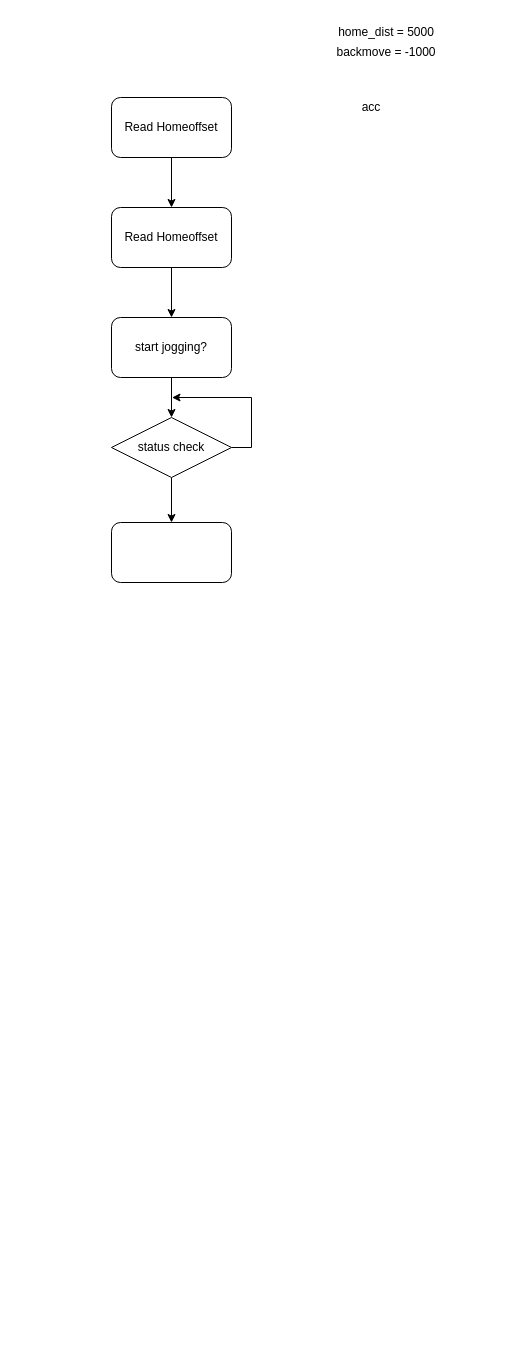
hankgong/draw.io keeps this draw.io diagram as Untitled Diagram.drawio. Above is the earlier version. Source tidied: cells renumbered, new cells numbered last; positions are measured from the earlier drawing's top-left corner, leaving out a move shared by most shapes. Both pictures are drawn from the tidied source at 100%, with x=0, y=0 at pixel (111, 17).
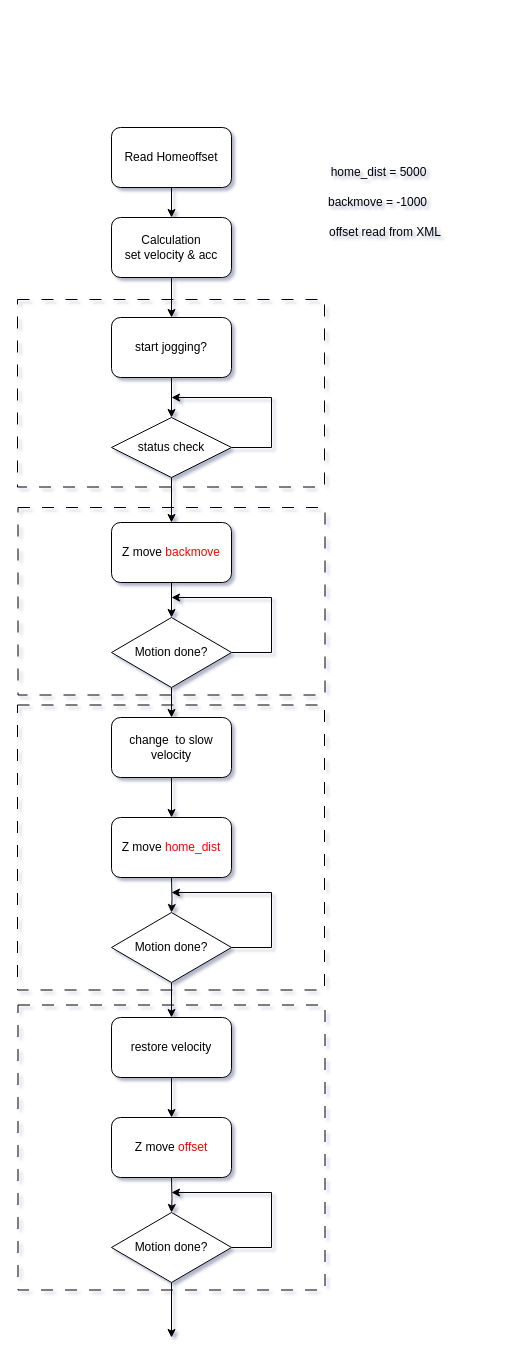
Above is the later version.

The change refers to these unchanged cells:
```xml
<mxCell id="14" value="status check" style="rhombus;whiteSpace=wrap;html=1;" parent="1" vertex="1">
  <mxGeometry y="400" width="120" height="60" as="geometry" />
</mxCell>
```

What changed in the source:
```diff
@@
-<mxGraphModel>
+<mxGraphModel shadow="1">
@@
+    <mxCell id="16" style="rounded=0;whiteSpace=wrap;html=1;fillColor=none;dashed=1;dashPattern=12 12;" parent="1" vertex="1">
+      <mxGeometry x="-94" y="282" width="307" height="187.5" as="geometry" />
+    </mxCell>
+    <mxCell id="17" style="rounded=0;whiteSpace=wrap;html=1;fillColor=none;dashed=1;dashPattern=12 12;" parent="1" vertex="1">
+      <mxGeometry x="-93.5" y="490" width="307" height="187.5" as="geometry" />
+    </mxCell>
+    <mxCell id="18" style="rounded=0;whiteSpace=wrap;html=1;fillColor=none;dashed=1;dashPattern=12 12;" parent="1" vertex="1">
+      <mxGeometry x="-93.5" y="987.5" width="307" height="285" as="geometry" />
+    </mxCell>
+    <mxCell id="19" style="rounded=0;whiteSpace=wrap;html=1;fillColor=none;dashed=1;dashPattern=12 12;" parent="1" vertex="1">
+      <mxGeometry x="-94" y="687.5" width="307" height="285" as="geometry" />
+    </mxCell>
@@
     <mxCell id="3" value="Read Homeoffset" style="rounded=1;whiteSpace=wrap;html=1;" parent="1" vertex="1">
-      <mxGeometry y="80" width="120" height="60" as="geometry" />
+      <mxGeometry y="110" width="120" height="60" as="geometry" />
     </mxCell>
@@
-    <mxCell id="5" value="Read Homeoffset" style="rounded=1;whiteSpace=wrap;html=1;" parent="1" vertex="1">
-      <mxGeometry y="190" width="120" height="60" as="geometry" />
+    <mxCell id="5" value="Calculation&lt;div&gt;set velocity &amp;amp; acc&lt;/div&gt;" style="rounded=1;whiteSpace=wrap;html=1;" parent="1" vertex="1">
+      <mxGeometry y="200" width="120" height="60" as="geometry" />
     </mxCell>
     <mxCell id="6" value="home_dist = 5000" style="text;html=1;align=center;verticalAlign=middle;whiteSpace=wrap;rounded=0;" parent="1" vertex="1">
-      <mxGeometry x="160" width="230" height="30" as="geometry" />
+      <mxGeometry x="213.5" y="140" width="106.5" height="30" as="geometry" />
     </mxCell>
     <mxCell id="7" value="backmove = -1000" style="text;html=1;align=center;verticalAlign=middle;whiteSpace=wrap;rounded=0;" parent="1" vertex="1">
-      <mxGeometry x="160" y="20" width="230" height="30" as="geometry" />
+      <mxGeometry x="213" y="170" width="106.5" height="30" as="geometry" />
     </mxCell>
-    <mxCell id="8" style="edgeStyle=orthogonalEdgeStyle;rounded=0;orthogonalLoop=1;jettySize=auto;html=1;exitX=0.5;exitY=1;exitDx=0;exitDy=0;" parent="1" edge="1" source="7" target="7">
-      <mxGeometry relative="1" as="geometry" />
-    </mxCell>
-    <mxCell id="9" value="acc" style="text;html=1;align=center;verticalAlign=middle;whiteSpace=wrap;rounded=0;" parent="1" vertex="1">
-      <mxGeometry x="230" y="75" width="60" height="30" as="geometry" />
+    <mxCell id="9" value="offset read from XML" style="text;html=1;align=center;verticalAlign=middle;whiteSpace=wrap;rounded=0;" parent="1" vertex="1">
+      <mxGeometry x="213.5" y="200" width="120" height="30" as="geometry" />
     </mxCell>
@@
     <mxCell id="12" style="edgeStyle=orthogonalEdgeStyle;rounded=0;jettySize=auto;html=1;exitX=1;exitY=0.5;exitDx=0;exitDy=0;" parent="1" edge="1" source="14">
       <mxGeometry relative="1" as="geometry">
         <mxPoint x="60" y="380" as="targetPoint" />
+        <Array as="points">
+          <mxPoint x="160" y="430" />
+          <mxPoint x="160" y="380" />
+        </Array>
       </mxGeometry>
     </mxCell>
@@
+    <mxCell id="20" style="edgeStyle=orthogonalEdgeStyle;rounded=0;jettySize=auto;html=1;" parent="1" edge="1" source="15" target="22">
+      <mxGeometry relative="1" as="geometry" />
+    </mxCell>
-    <mxCell id="15" style="rounded=1;whiteSpace=wrap;html=1;" parent="1" vertex="1">
+    <mxCell id="15" value="Z move &lt;font color=&quot;#ff0000&quot;&gt;backmove&lt;/font&gt;" style="rounded=1;whiteSpace=wrap;html=1;" parent="1" vertex="1">
       <mxGeometry y="505" width="120" height="60" as="geometry" />
     </mxCell>
+    <mxCell id="21" style="edgeStyle=orthogonalEdgeStyle;rounded=0;jettySize=auto;html=1;" parent="1" edge="1" source="22" target="27">
+      <mxGeometry relative="1" as="geometry" />
+    </mxCell>
+    <mxCell id="22" value="Motion done?" style="rhombus;whiteSpace=wrap;html=1;" parent="1" vertex="1">
+      <mxGeometry y="600" width="120" height="70" as="geometry" />
+    </mxCell>
+    <mxCell id="23" style="edgeStyle=orthogonalEdgeStyle;rounded=0;jettySize=auto;html=1;exitX=1;exitY=0.5;exitDx=0;exitDy=0;" parent="1" edge="1" source="22">
+      <mxGeometry relative="1" as="geometry">
+        <mxPoint x="60" y="580" as="targetPoint" />
+        <Array as="points">
+          <mxPoint x="160" y="635" />
+          <mxPoint x="160" y="580" />
+        </Array>
+      </mxGeometry>
+    </mxCell>
+    <mxCell id="24" style="edgeStyle=orthogonalEdgeStyle;rounded=0;orthogonalLoop=1;jettySize=auto;html=1;exitX=0.5;exitY=1;exitDx=0;exitDy=0;" parent="1" edge="1" source="22" target="22">
+      <mxGeometry relative="1" as="geometry" />
+    </mxCell>
+    <mxCell id="25" style="edgeStyle=orthogonalEdgeStyle;rounded=0;orthogonalLoop=1;jettySize=auto;html=1;exitX=0.5;exitY=1;exitDx=0;exitDy=0;" parent="1" edge="1" source="22" target="22">
+      <mxGeometry relative="1" as="geometry" />
+    </mxCell>
+    <mxCell id="26" style="edgeStyle=orthogonalEdgeStyle;rounded=0;jettySize=auto;html=1;" parent="1" edge="1" source="27" target="28">
+      <mxGeometry relative="1" as="geometry" />
+    </mxCell>
+    <mxCell id="27" value="change&amp;nbsp; to slow velocity" style="rounded=1;whiteSpace=wrap;html=1;" parent="1" vertex="1">
+      <mxGeometry y="700" width="120" height="60" as="geometry" />
+    </mxCell>
+    <mxCell id="28" value="Z move &lt;font color=&quot;#ff0000&quot;&gt;home_dist&lt;/font&gt;" style="rounded=1;whiteSpace=wrap;html=1;" parent="1" vertex="1">
+      <mxGeometry y="800" width="120" height="60" as="geometry" />
+    </mxCell>
+    <mxCell id="29" style="edgeStyle=orthogonalEdgeStyle;rounded=0;jettySize=auto;html=1;" parent="1" edge="1" target="31">
+      <mxGeometry relative="1" as="geometry">
+        <mxPoint x="60" y="860" as="sourcePoint" />
+      </mxGeometry>
+    </mxCell>
+    <mxCell id="30" style="edgeStyle=orthogonalEdgeStyle;rounded=0;jettySize=auto;html=1;" parent="1" edge="1" source="31" target="36">
+      <mxGeometry relative="1" as="geometry" />
+    </mxCell>
+    <mxCell id="31" value="Motion done?" style="rhombus;whiteSpace=wrap;html=1;" parent="1" vertex="1">
+      <mxGeometry y="895" width="120" height="70" as="geometry" />
+    </mxCell>
+    <mxCell id="32" style="edgeStyle=orthogonalEdgeStyle;rounded=0;jettySize=auto;html=1;exitX=1;exitY=0.5;exitDx=0;exitDy=0;" parent="1" edge="1" source="31">
+      <mxGeometry relative="1" as="geometry">
+        <mxPoint x="60" y="875" as="targetPoint" />
+        <Array as="points">
+          <mxPoint x="160" y="930" />
+          <mxPoint x="160" y="875" />
+        </Array>
+      </mxGeometry>
+    </mxCell>
+    <mxCell id="33" style="edgeStyle=orthogonalEdgeStyle;rounded=0;orthogonalLoop=1;jettySize=auto;html=1;exitX=0.5;exitY=1;exitDx=0;exitDy=0;" parent="1" edge="1" source="31" target="31">
+      <mxGeometry relative="1" as="geometry" />
+    </mxCell>
+    <mxCell id="34" style="edgeStyle=orthogonalEdgeStyle;rounded=0;orthogonalLoop=1;jettySize=auto;html=1;exitX=0.5;exitY=1;exitDx=0;exitDy=0;" parent="1" edge="1" source="31" target="31">
+      <mxGeometry relative="1" as="geometry" />
+    </mxCell>
+    <mxCell id="35" style="edgeStyle=orthogonalEdgeStyle;rounded=0;jettySize=auto;html=1;" parent="1" edge="1" source="36" target="37">
+      <mxGeometry relative="1" as="geometry" />
+    </mxCell>
+    <mxCell id="36" value="restore velocity" style="rounded=1;whiteSpace=wrap;html=1;" parent="1" vertex="1">
+      <mxGeometry y="1000" width="120" height="60" as="geometry" />
+    </mxCell>
+    <mxCell id="37" value="Z move &lt;font color=&quot;#ff0000&quot;&gt;offset&lt;/font&gt;" style="rounded=1;whiteSpace=wrap;html=1;" parent="1" vertex="1">
+      <mxGeometry y="1100" width="120" height="60" as="geometry" />
+    </mxCell>
+    <mxCell id="38" style="edgeStyle=orthogonalEdgeStyle;rounded=0;jettySize=auto;html=1;" parent="1" edge="1" target="40">
+      <mxGeometry relative="1" as="geometry">
+        <mxPoint x="60" y="1160" as="sourcePoint" />
+      </mxGeometry>
+    </mxCell>
+    <mxCell id="39" style="edgeStyle=orthogonalEdgeStyle;rounded=0;jettySize=auto;html=1;exitX=0.5;exitY=1;exitDx=0;exitDy=0;" parent="1" edge="1" source="40">
+      <mxGeometry relative="1" as="geometry">
+        <mxPoint x="60" y="1320" as="targetPoint" />
+      </mxGeometry>
+    </mxCell>
+    <mxCell id="40" value="Motion done?" style="rhombus;whiteSpace=wrap;html=1;" parent="1" vertex="1">
+      <mxGeometry y="1195" width="120" height="70" as="geometry" />
+    </mxCell>
+    <mxCell id="41" style="edgeStyle=orthogonalEdgeStyle;rounded=0;jettySize=auto;html=1;exitX=1;exitY=0.5;exitDx=0;exitDy=0;" parent="1" edge="1" source="40">
+      <mxGeometry relative="1" as="geometry">
+        <mxPoint x="60" y="1175" as="targetPoint" />
+        <Array as="points">
+          <mxPoint x="160" y="1230" />
+          <mxPoint x="160" y="1175" />
+        </Array>
+      </mxGeometry>
+    </mxCell>
+    <mxCell id="42" style="edgeStyle=orthogonalEdgeStyle;rounded=0;orthogonalLoop=1;jettySize=auto;html=1;exitX=0.5;exitY=1;exitDx=0;exitDy=0;" parent="1" edge="1" source="40" target="40">
+      <mxGeometry relative="1" as="geometry" />
+    </mxCell>
+    <mxCell id="43" style="edgeStyle=orthogonalEdgeStyle;rounded=0;orthogonalLoop=1;jettySize=auto;html=1;exitX=0.5;exitY=1;exitDx=0;exitDy=0;" parent="1" edge="1" source="40" target="40">
+      <mxGeometry relative="1" as="geometry" />
+    </mxCell>
```
